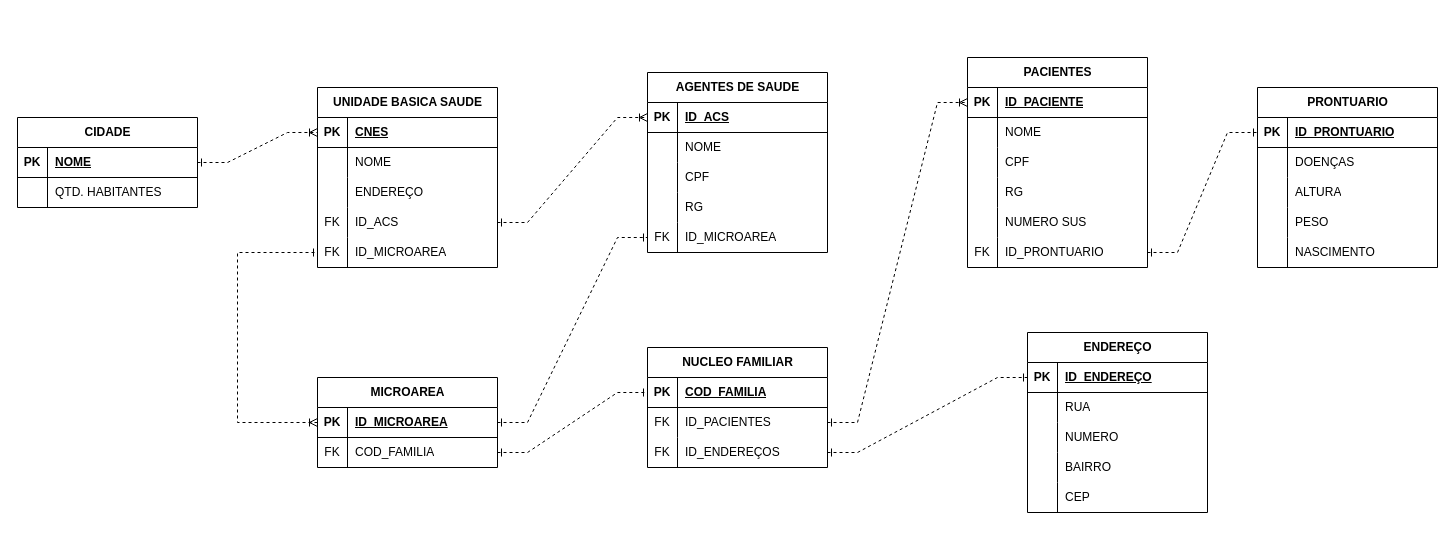
The draw.io diagram sistemasaude_V1.0.drawio in Gbiel247/bancodedados01, before the edit. Source tidied: cells renumbered, new cells numbered last; positions are measured from the earlier drawing's top-left corner, leaving out a move shared by most shapes. Both pictures are drawn from the tidied source at 100%, with x=0, y=0 at pixel (17, 57).
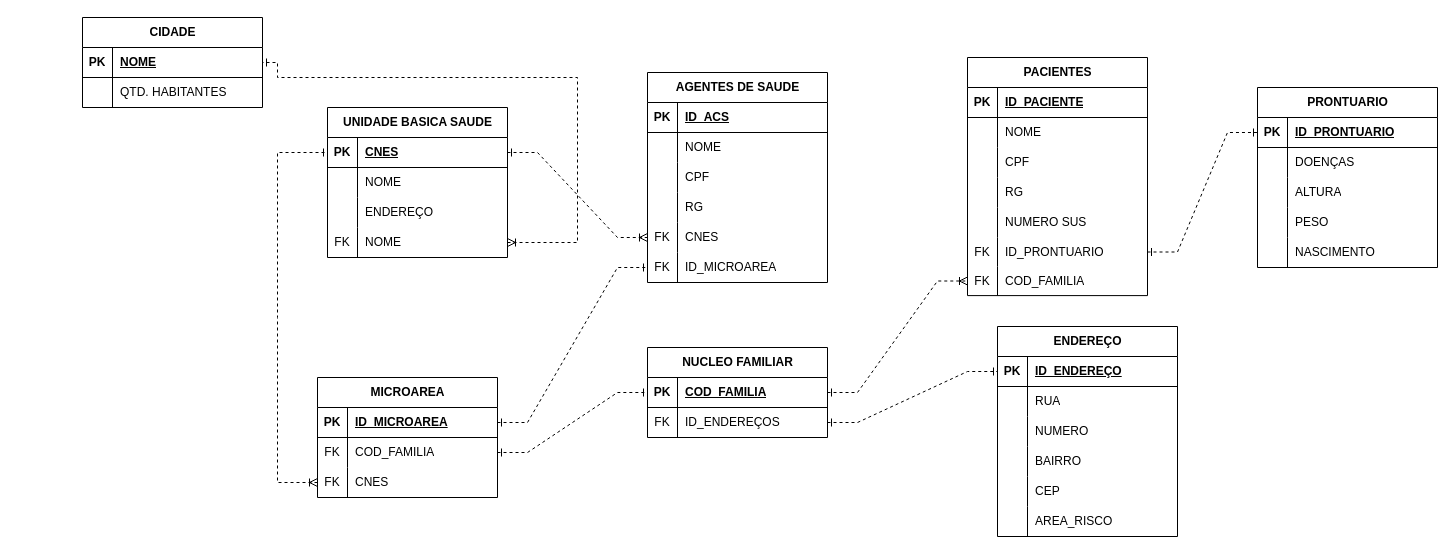
Above is the later version.

Unchanged cells that the change refers to:
```xml
<mxCell id="3" style="shape=tableRow;horizontal=0;startSize=0;swimlaneHead=0;swimlaneBody=0;fillColor=none;points=[[0,0.5],[1,0.5]];portConstraint=eastwest;top=0;left=0;right=0;bottom=1;" parent="2" vertex="1">
  <mxGeometry y="30" width="180" height="30" as="geometry" />
</mxCell>
<mxCell id="10" style="shape=tableRow;horizontal=0;startSize=0;swimlaneHead=0;swimlaneBody=0;fillColor=none;points=[[0,0.5],[1,0.5]];portConstraint=eastwest;top=0;left=0;right=0;bottom=1;" parent="9" vertex="1">
  <mxGeometry y="30" width="180" height="30" as="geometry" />
</mxCell>
<mxCell id="19" style="shape=tableRow;horizontal=0;startSize=0;swimlaneHead=0;swimlaneBody=0;fillColor=none;points=[[0,0.5],[1,0.5]];portConstraint=eastwest;top=0;left=0;right=0;bottom=0;" parent="9" vertex="1">
  <mxGeometry y="120" width="180" height="30" as="geometry" />
</mxCell>
<mxCell id="26" style="shape=tableRow;horizontal=0;startSize=0;swimlaneHead=0;swimlaneBody=0;fillColor=none;points=[[0,0.5],[1,0.5]];portConstraint=eastwest;top=0;left=0;right=0;bottom=1;" parent="25" vertex="1">
  <mxGeometry y="30" width="180" height="30" as="geometry" />
</mxCell>
<mxCell id="33" style="shape=tableRow;horizontal=0;startSize=0;swimlaneHead=0;swimlaneBody=0;fillColor=none;points=[[0,0.5],[1,0.5]];portConstraint=eastwest;top=0;left=0;right=0;bottom=1;" parent="32" vertex="1">
  <mxGeometry y="30" width="180" height="30" as="geometry" />
</mxCell>
<mxCell id="45" style="shape=tableRow;horizontal=0;startSize=0;swimlaneHead=0;swimlaneBody=0;fillColor=none;points=[[0,0.5],[1,0.5]];portConstraint=eastwest;top=0;left=0;right=0;bottom=0;" parent="32" vertex="1">
  <mxGeometry y="150" width="180" height="30" as="geometry" />
</mxCell>
<mxCell id="49" style="shape=tableRow;horizontal=0;startSize=0;swimlaneHead=0;swimlaneBody=0;fillColor=none;points=[[0,0.5],[1,0.5]];portConstraint=eastwest;top=0;left=0;right=0;bottom=1;" parent="48" vertex="1">
  <mxGeometry y="30" width="180" height="30" as="geometry" />
</mxCell>
<mxCell id="75" style="shape=tableRow;horizontal=0;startSize=0;swimlaneHead=0;swimlaneBody=0;fillColor=none;points=[[0,0.5],[1,0.5]];portConstraint=eastwest;top=0;left=0;right=0;bottom=1;" parent="74" vertex="1">
  <mxGeometry y="30" width="180" height="30" as="geometry" />
</mxCell>
```

The edit, as a diff of the source:
```diff
@@
     <mxCell id="2" value="CIDADE" style="shape=table;startSize=30;childLayout=tableLayout;rowLines=0;fontStyle=1;align=center;html=1;" parent="1" vertex="1">
-      <mxGeometry y="60" width="180" height="90" as="geometry" />
+      <mxGeometry x="65" y="-40" width="180" height="90" as="geometry" />
     </mxCell>
@@
     <mxCell id="9" value="UNIDADE BASICA SAUDE" style="shape=table;startSize=30;childLayout=tableLayout;rowLines=0;fontStyle=1;align=center;html=1;" parent="1" vertex="1">
-      <mxGeometry x="300" y="30" width="180" height="180" as="geometry" />
+      <mxGeometry x="310" y="50" width="180" height="150" as="geometry" />
     </mxCell>
@@
-    <mxCell id="21" value="ID_ACS" style="shape=partialRectangle;fillColor=none;top=0;left=0;bottom=0;right=0;align=left;spacingLeft=6;overflow=hidden;whiteSpace=wrap;html=1;" parent="19" vertex="1">
+    <mxCell id="21" value="NOME" style="shape=partialRectangle;fillColor=none;top=0;left=0;bottom=0;right=0;align=left;spacingLeft=6;overflow=hidden;whiteSpace=wrap;html=1;" parent="19" vertex="1">
       <mxGeometry x="30" width="150" height="30" as="geometry" />
     </mxCell>
-    <mxCell id="22" style="shape=tableRow;horizontal=0;startSize=0;swimlaneHead=0;swimlaneBody=0;fillColor=none;points=[[0,0.5],[1,0.5]];portConstraint=eastwest;top=0;left=0;right=0;bottom=0;" parent="9" vertex="1">
-      <mxGeometry y="150" width="180" height="30" as="geometry" />
-    </mxCell>
-    <mxCell id="23" value="FK" style="shape=partialRectangle;fillColor=none;top=0;left=0;bottom=0;right=0;overflow=hidden;whiteSpace=wrap;html=1;" parent="22" vertex="1">
-      <mxGeometry width="30" height="30" as="geometry" />
-    </mxCell>
-    <mxCell id="24" value="ID_MICROAREA" style="shape=partialRectangle;fillColor=none;top=0;left=0;bottom=0;right=0;align=left;spacingLeft=6;overflow=hidden;whiteSpace=wrap;html=1;" parent="22" vertex="1">
-      <mxGeometry x="30" width="150" height="30" as="geometry" />
-    </mxCell>
     <mxCell id="25" value="MICROAREA" style="shape=table;startSize=30;childLayout=tableLayout;rowLines=0;fontStyle=1;align=center;html=1;" parent="1" vertex="1">
-      <mxGeometry x="300" y="320" width="180" height="90" as="geometry" />
+      <mxGeometry x="300" y="320" width="180" height="120" as="geometry" />
     </mxCell>
@@
+    <mxCell id="117" style="shape=tableRow;horizontal=0;startSize=0;swimlaneHead=0;swimlaneBody=0;fillColor=none;points=[[0,0.5],[1,0.5]];portConstraint=eastwest;top=0;left=0;right=0;bottom=0;" parent="25" vertex="1">
+      <mxGeometry y="90" width="180" height="30" as="geometry" />
+    </mxCell>
+    <mxCell id="118" value="FK" style="shape=partialRectangle;fillColor=none;top=0;left=0;bottom=0;right=0;overflow=hidden;whiteSpace=wrap;html=1;" parent="117" vertex="1">
+      <mxGeometry width="30" height="30" as="geometry" />
+    </mxCell>
+    <mxCell id="119" value="CNES" style="shape=partialRectangle;fillColor=none;top=0;left=0;bottom=0;right=0;align=left;spacingLeft=6;overflow=hidden;whiteSpace=wrap;html=1;" parent="117" vertex="1">
+      <mxGeometry x="30" width="150" height="30" as="geometry" />
+    </mxCell>
     <mxCell id="32" value="AGENTES DE SAUDE" style="shape=table;startSize=30;childLayout=tableLayout;rowLines=0;fontStyle=1;align=center;html=1;" parent="1" vertex="1">
-      <mxGeometry x="630" y="15" width="180" height="180" as="geometry" />
+      <mxGeometry x="630" y="15" width="180" height="210" as="geometry" />
     </mxCell>
@@
-    <mxCell id="47" value="ID_MICROAREA" style="shape=partialRectangle;fillColor=none;top=0;left=0;bottom=0;right=0;align=left;spacingLeft=6;overflow=hidden;whiteSpace=wrap;html=1;" parent="45" vertex="1">
+    <mxCell id="47" value="CNES" style="shape=partialRectangle;fillColor=none;top=0;left=0;bottom=0;right=0;align=left;spacingLeft=6;overflow=hidden;whiteSpace=wrap;html=1;" parent="45" vertex="1">
       <mxGeometry x="30" width="150" height="30" as="geometry" />
     </mxCell>
+    <mxCell id="120" style="shape=tableRow;horizontal=0;startSize=0;swimlaneHead=0;swimlaneBody=0;fillColor=none;points=[[0,0.5],[1,0.5]];portConstraint=eastwest;top=0;left=0;right=0;bottom=0;" parent="32" vertex="1">
+      <mxGeometry y="180" width="180" height="30" as="geometry" />
+    </mxCell>
+    <mxCell id="121" value="FK" style="shape=partialRectangle;fillColor=none;top=0;left=0;bottom=0;right=0;overflow=hidden;whiteSpace=wrap;html=1;" parent="120" vertex="1">
+      <mxGeometry width="30" height="30" as="geometry" />
+    </mxCell>
+    <mxCell id="24" value="ID_MICROAREA" style="shape=partialRectangle;fillColor=none;top=0;left=0;bottom=0;right=0;align=left;spacingLeft=6;overflow=hidden;whiteSpace=wrap;html=1;" parent="120" vertex="1">
+      <mxGeometry x="30" width="150" height="30" as="geometry" />
+    </mxCell>
     <mxCell id="48" value="NUCLEO FAMILIAR" style="shape=table;startSize=30;childLayout=tableLayout;rowLines=0;fontStyle=1;align=center;html=1;" parent="1" vertex="1">
-      <mxGeometry x="630" y="290" width="180" height="120" as="geometry" />
+      <mxGeometry x="630" y="290" width="180" height="90" as="geometry" />
     </mxCell>
@@
-    <mxCell id="52" style="shape=tableRow;horizontal=0;startSize=0;swimlaneHead=0;swimlaneBody=0;fillColor=none;points=[[0,0.5],[1,0.5]];portConstraint=eastwest;top=0;left=0;right=0;bottom=0;" parent="48" vertex="1">
-      <mxGeometry y="60" width="180" height="30" as="geometry" />
-    </mxCell>
-    <mxCell id="53" value="FK" style="shape=partialRectangle;fillColor=none;top=0;left=0;bottom=0;right=0;overflow=hidden;whiteSpace=wrap;html=1;" parent="52" vertex="1">
-      <mxGeometry width="30" height="30" as="geometry" />
-    </mxCell>
-    <mxCell id="54" value="ID_PACIENTES" style="shape=partialRectangle;fillColor=none;top=0;left=0;bottom=0;right=0;align=left;spacingLeft=6;overflow=hidden;whiteSpace=wrap;html=1;" parent="52" vertex="1">
-      <mxGeometry x="30" width="150" height="30" as="geometry" />
-    </mxCell>
     <mxCell id="55" style="shape=tableRow;horizontal=0;startSize=0;swimlaneHead=0;swimlaneBody=0;fillColor=none;points=[[0,0.5],[1,0.5]];portConstraint=eastwest;top=0;left=0;right=0;bottom=0;" parent="48" vertex="1">
-      <mxGeometry y="90" width="180" height="30" as="geometry" />
+      <mxGeometry y="60" width="180" height="30" as="geometry" />
     </mxCell>
@@
     <mxCell id="58" value="ENDEREÇO" style="shape=table;startSize=30;childLayout=tableLayout;rowLines=0;fontStyle=1;align=center;html=1;" parent="1" vertex="1">
-      <mxGeometry x="1010" y="275" width="180" height="180" as="geometry" />
+      <mxGeometry x="980" y="269" width="180" height="210" as="geometry" />
     </mxCell>
@@
+    <mxCell id="122" style="shape=tableRow;horizontal=0;startSize=0;swimlaneHead=0;swimlaneBody=0;fillColor=none;top=0;left=0;right=0;bottom=0;" parent="58" vertex="1">
+      <mxGeometry y="180" width="180" height="30" as="geometry" />
+    </mxCell>
+    <mxCell id="123" style="shape=partialRectangle;fillColor=none;top=0;left=0;bottom=0;right=0;overflow=hidden;whiteSpace=wrap;html=1;" parent="122" vertex="1">
+      <mxGeometry width="30" height="30" as="geometry" />
+    </mxCell>
+    <mxCell id="124" value="AREA_RISCO" style="shape=partialRectangle;fillColor=none;top=0;left=0;bottom=0;right=0;align=left;spacingLeft=6;overflow=hidden;whiteSpace=wrap;html=1;" parent="122" vertex="1">
+      <mxGeometry x="30" width="150" height="30" as="geometry" />
+    </mxCell>
     <mxCell id="74" value="PACIENTES" style="shape=table;startSize=30;childLayout=tableLayout;rowLines=0;fontStyle=1;align=center;html=1;" parent="1" vertex="1">
-      <mxGeometry x="950" width="180" height="210" as="geometry" />
+      <mxGeometry x="950" width="180" height="238.1" as="geometry" />
     </mxCell>
@@
     <mxCell id="90" style="shape=tableRow;horizontal=0;startSize=0;swimlaneHead=0;swimlaneBody=0;fillColor=none;points=[[0,0.5],[1,0.5]];portConstraint=eastwest;top=0;left=0;right=0;bottom=0;" parent="74" vertex="1">
-      <mxGeometry y="180" width="180" height="30" as="geometry" />
+      <mxGeometry y="180" width="180" height="29" as="geometry" />
     </mxCell>
     <mxCell id="91" value="FK" style="shape=partialRectangle;fillColor=none;top=0;left=0;bottom=0;right=0;overflow=hidden;whiteSpace=wrap;html=1;" parent="90" vertex="1">
-      <mxGeometry width="30" height="30" as="geometry" />
+      <mxGeometry width="30" height="29" as="geometry" />
     </mxCell>
     <mxCell id="92" value="ID_PRONTUARIO" style="shape=partialRectangle;fillColor=none;top=0;left=0;bottom=0;right=0;align=left;spacingLeft=6;overflow=hidden;whiteSpace=wrap;html=1;" parent="90" vertex="1">
-      <mxGeometry x="30" width="150" height="30" as="geometry" />
+      <mxGeometry x="30" width="150" height="29" as="geometry" />
     </mxCell>
+    <mxCell id="125" style="shape=tableRow;horizontal=0;startSize=0;swimlaneHead=0;swimlaneBody=0;fillColor=none;points=[[0,0.5],[1,0.5]];portConstraint=eastwest;top=0;left=0;right=0;bottom=0;" parent="74" vertex="1">
+      <mxGeometry y="209" width="180" height="29" as="geometry" />
+    </mxCell>
+    <mxCell id="126" value="FK" style="shape=partialRectangle;fillColor=none;top=0;left=0;bottom=0;right=0;overflow=hidden;whiteSpace=wrap;html=1;" parent="125" vertex="1">
+      <mxGeometry width="30" height="29" as="geometry" />
+    </mxCell>
+    <mxCell id="127" value="COD_FAMILIA" style="shape=partialRectangle;fillColor=none;top=0;left=0;bottom=0;right=0;align=left;spacingLeft=6;overflow=hidden;whiteSpace=wrap;html=1;" parent="125" vertex="1">
+      <mxGeometry x="30" width="150" height="29" as="geometry" />
+    </mxCell>
@@
-    <mxCell id="111" style="edgeStyle=entityRelationEdgeStyle;fontSize=12;html=1;endArrow=ERoneToMany;endFill=0;rounded=0;entryX=0;entryY=0.5;entryDx=0;entryDy=0;exitX=1;exitY=0.5;exitDx=0;exitDy=0;startArrow=ERone;startFill=0;dashed=1;" parent="1" edge="1" source="52" target="75">
+    <mxCell id="111" style="edgeStyle=entityRelationEdgeStyle;fontSize=12;html=1;endArrow=ERoneToMany;endFill=0;rounded=0;entryX=0;entryY=0.5;entryDx=0;entryDy=0;exitX=1;exitY=0.5;exitDx=0;exitDy=0;startArrow=ERone;startFill=0;dashed=1;" parent="1" edge="1" source="49" target="125">
       <mxGeometry relative="1" as="geometry" />
     </mxCell>
-    <mxCell id="112" style="edgeStyle=entityRelationEdgeStyle;fontSize=12;html=1;endArrow=ERoneToMany;endFill=0;rounded=0;entryX=0;entryY=0.5;entryDx=0;entryDy=0;exitX=1;exitY=0.5;exitDx=0;exitDy=0;startArrow=ERone;startFill=0;dashed=1;" parent="1" edge="1" source="19" target="33">
-      <mxGeometry relative="1" as="geometry" />
+    <mxCell id="112" style="edgeStyle=entityRelationEdgeStyle;fontSize=12;html=1;endArrow=ERoneToMany;endFill=0;rounded=0;entryX=0;entryY=0.5;entryDx=0;entryDy=0;exitX=1;exitY=0.5;exitDx=0;exitDy=0;startArrow=ERone;startFill=0;dashed=1;" parent="1" edge="1" source="10" target="45">
+      <mxGeometry relative="1" as="geometry">
+        <Array as="points">
+          <mxPoint x="580" y="140" />
+        </Array>
+      </mxGeometry>
     </mxCell>
-    <mxCell id="113" style="edgeStyle=entityRelationEdgeStyle;fontSize=12;html=1;endArrow=ERone;endFill=0;rounded=0;entryX=0;entryY=0.5;entryDx=0;entryDy=0;exitX=1;exitY=0.5;exitDx=0;exitDy=0;startArrow=ERone;startFill=0;dashed=1;" parent="1" edge="1" source="26" target="45">
+    <mxCell id="113" style="edgeStyle=entityRelationEdgeStyle;fontSize=12;html=1;endArrow=ERone;endFill=0;rounded=0;entryX=0;entryY=0.5;entryDx=0;entryDy=0;exitX=1;exitY=0.5;exitDx=0;exitDy=0;startArrow=ERone;startFill=0;dashed=1;" parent="1" edge="1" source="26" target="120">
       <mxGeometry relative="1" as="geometry" />
     </mxCell>
@@
-    <mxCell id="115" style="endArrow=ERone;dashed=1;html=1;rounded=0;entryX=0;entryY=0.5;entryDx=0;entryDy=0;exitX=0;exitY=0.5;exitDx=0;exitDy=0;endFill=0;startArrow=ERoneToMany;startFill=0;" parent="1" edge="1" source="26" target="22">
+    <mxCell id="115" style="endArrow=ERone;dashed=1;html=1;rounded=0;entryX=0;entryY=0.5;entryDx=0;entryDy=0;exitX=0;exitY=0.5;exitDx=0;exitDy=0;endFill=0;startArrow=ERoneToMany;startFill=0;" parent="1" edge="1" source="117" target="10">
       <mxGeometry relative="1" as="geometry">
         <Array as="points">
-          <mxPoint x="220" y="365" />
-          <mxPoint x="220" y="270" />
-          <mxPoint x="220" y="195" />
+          <mxPoint x="260" y="425" />
+          <mxPoint x="260" y="260" />
+          <mxPoint x="260" y="170" />
+          <mxPoint x="260" y="95" />
         </Array>
       </mxGeometry>
     </mxCell>
-    <mxCell id="116" style="edgeStyle=entityRelationEdgeStyle;fontSize=12;html=1;endArrow=ERoneToMany;endFill=0;rounded=0;entryX=0;entryY=0.5;entryDx=0;entryDy=0;exitX=1;exitY=0.5;exitDx=0;exitDy=0;startArrow=ERone;startFill=0;dashed=1;" parent="1" edge="1" source="3" target="10">
-      <mxGeometry relative="1" as="geometry" />
-    </mxCell>
+    <mxCell id="128" style="endArrow=ERone;dashed=1;html=1;rounded=0;entryX=1;entryY=0.5;entryDx=0;entryDy=0;endFill=0;startArrow=ERoneToMany;startFill=0;exitX=1;exitY=0.5;exitDx=0;exitDy=0;" parent="1" edge="1" source="19" target="3">
+      <mxGeometry relative="1" as="geometry">
+        <Array as="points">
+          <mxPoint x="560" y="185" />
+          <mxPoint x="560" y="20" />
+          <mxPoint x="420" y="20" />
+          <mxPoint x="310" y="20" />
+          <mxPoint x="260" y="20" />
+          <mxPoint x="260" y="5" />
+        </Array>
+      </mxGeometry>
+    </mxCell>
```
